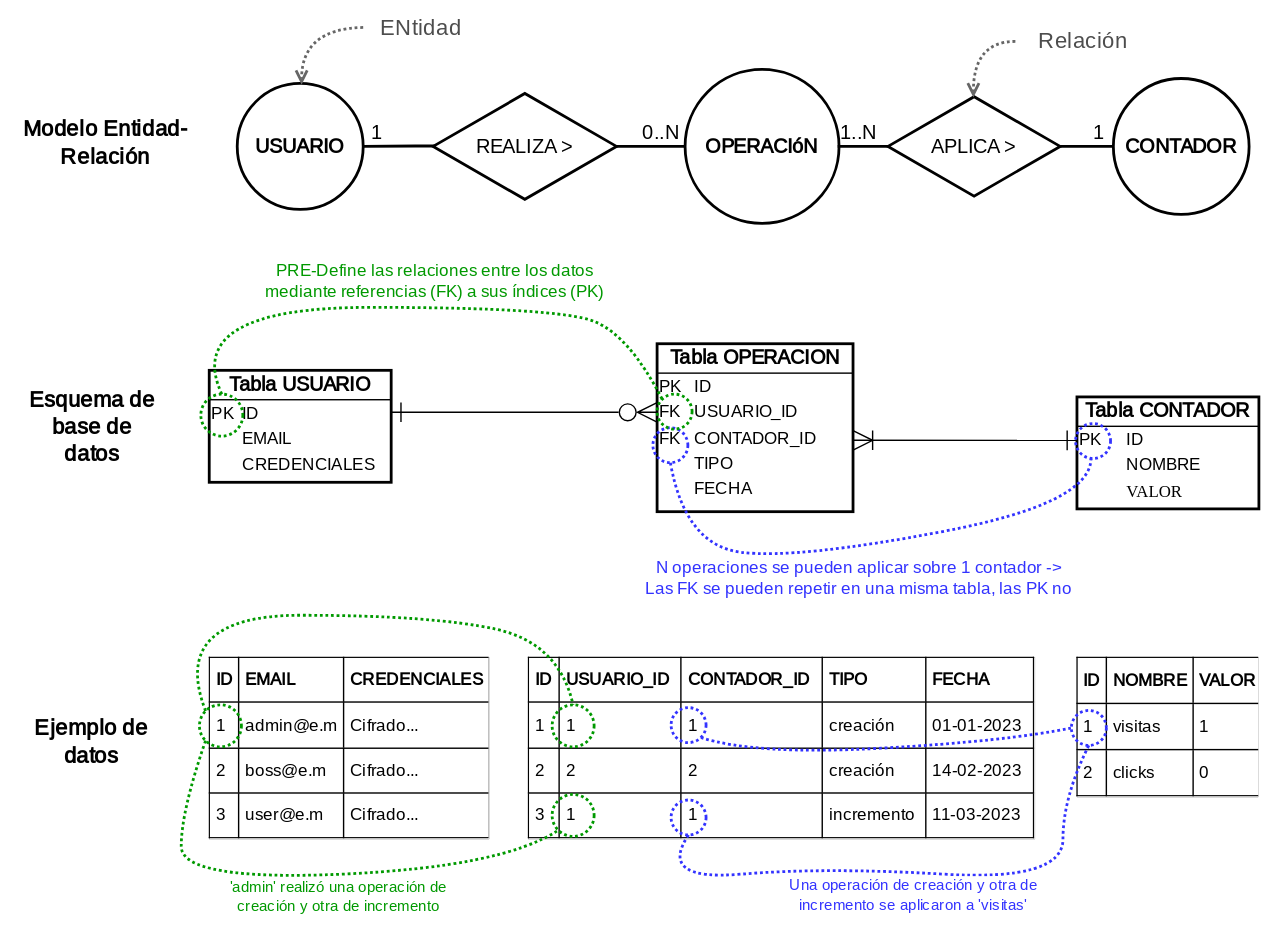
Above: src/tema8/persistencia/files/img/relational.db.drawio.svg in atilanof/web-ejercicios-pat (draw.io), before the change. Source tidied: cells renumbered, new cells last; positions are measured from the earlier drawing's top-left corner, leaving out a move shared by most shapes.
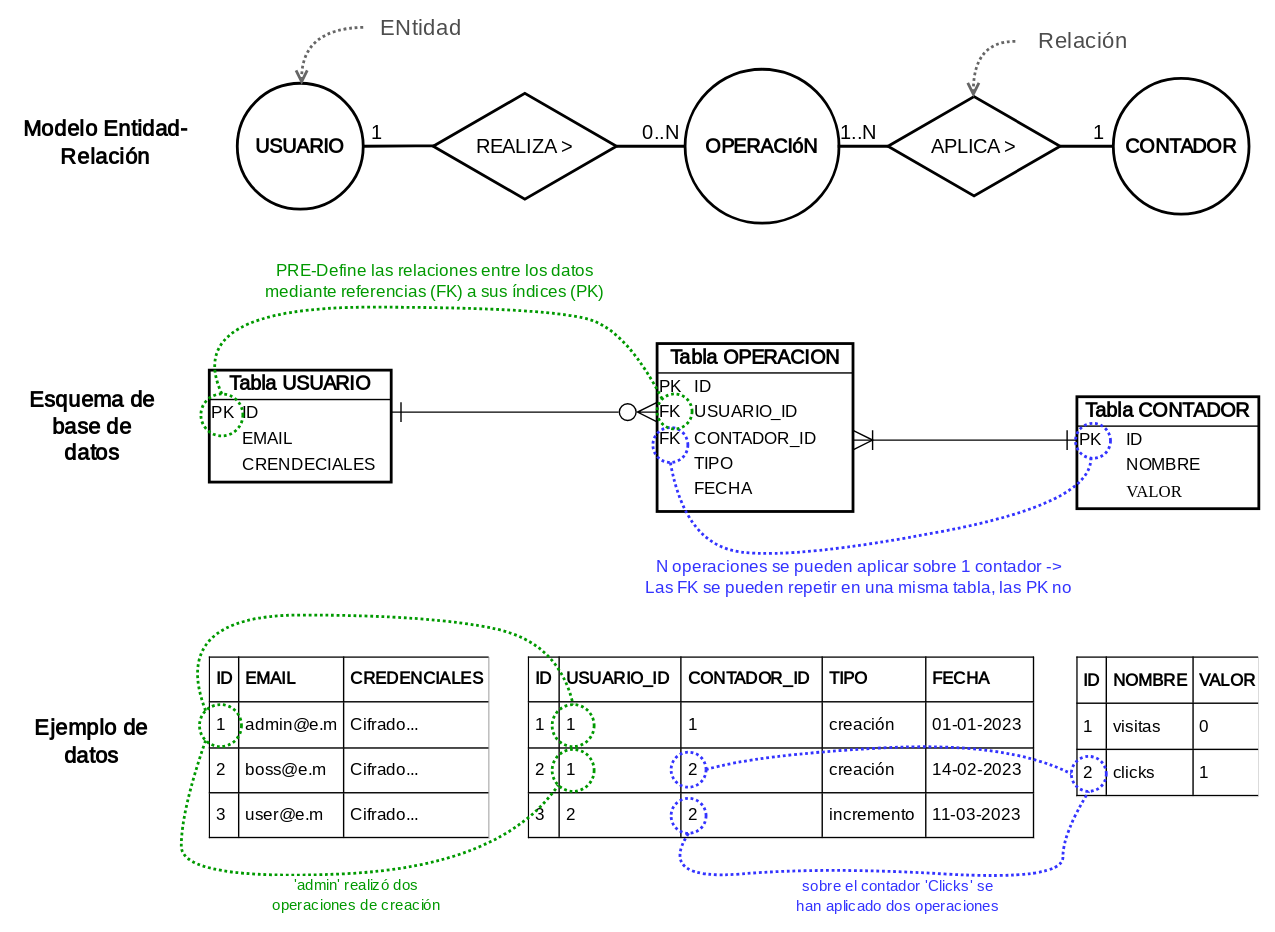
After the commit.

The edit, as a diff of the source:
```diff
@@ -101,26 +101,26 @@
     <mxCell id="27" style="group;" parent="1" vertex="1">
       <mxGeometry x="139" y="450" width="750" height="130" as="geometry" />
     </mxCell>
-    <mxCell id="28" value="&lt;table style=&quot;width: 100%; height: 100%; border-collapse: collapse; font-size: 12px;&quot; width=&quot;100%&quot; height=&quot;100%&quot; cellpadding=&quot;4&quot; border=&quot;1&quot;&gt;&lt;tbody&gt;&lt;tr style=&quot;border: 1px solid black&quot;&gt;&lt;th align=&quot;left&quot;&gt;&lt;font style=&quot;font-size: 12px;&quot;&gt;&lt;span style=&quot;&quot;&gt;ID&lt;/span&gt;&lt;/font&gt;&lt;/th&gt;&lt;th align=&quot;left&quot;&gt;&lt;font style=&quot;font-size: 12px;&quot;&gt;&lt;span style=&quot;background-color: rgb(255, 255, 255);&quot;&gt;NOMBRE&lt;/span&gt;&lt;/font&gt;&lt;/th&gt;&lt;th align=&quot;left&quot;&gt;&lt;font style=&quot;font-size: 12px;&quot;&gt;&lt;span style=&quot;background-color: rgb(255, 255, 255);&quot;&gt;VALOR&lt;/span&gt;&lt;/font&gt;&lt;/th&gt;&lt;/tr&gt;&lt;tr style=&quot;border: 1px solid black;&quot;&gt;&lt;td&gt;1&lt;br&gt;&lt;/td&gt;&lt;td&gt;visitas&lt;br&gt;&lt;/td&gt;&lt;td&gt;1&lt;br&gt;&lt;/td&gt;&lt;/tr&gt;&lt;tr style=&quot;border:1px solid black;&quot;&gt;&lt;td&gt;2&lt;/td&gt;&lt;td&gt;clicks&lt;br&gt;&lt;/td&gt;&lt;td&gt;0&lt;br&gt;&lt;/td&gt;&lt;/tr&gt;&lt;/tbody&gt;&lt;/table&gt;" style="text;html=1;strokeColor=#000000;fillColor=#ffffff;overflow=fill;rounded=0;labelBackgroundColor=none;fontFamily=Roboto Mono;fontSource=https%3A%2F%2Ffonts.googleapis.com%2Fcss%3Ffamily%3DRoboto%2BMono;fontSize=14;strokeWidth=0;" parent="27" vertex="1">
+    <mxCell id="28" value="&lt;table style=&quot;width: 100%; height: 100%; border-collapse: collapse; font-size: 12px;&quot; width=&quot;100%&quot; height=&quot;100%&quot; cellpadding=&quot;4&quot; border=&quot;1&quot;&gt;&lt;tbody&gt;&lt;tr style=&quot;border: 1px solid black&quot;&gt;&lt;th align=&quot;left&quot;&gt;&lt;font style=&quot;font-size: 12px;&quot;&gt;&lt;span style=&quot;&quot;&gt;ID&lt;/span&gt;&lt;/font&gt;&lt;/th&gt;&lt;th align=&quot;left&quot;&gt;&lt;font style=&quot;font-size: 12px;&quot;&gt;&lt;span style=&quot;background-color: rgb(255, 255, 255);&quot;&gt;NOMBRE&lt;/span&gt;&lt;/font&gt;&lt;/th&gt;&lt;th align=&quot;left&quot;&gt;&lt;font style=&quot;font-size: 12px;&quot;&gt;&lt;span style=&quot;background-color: rgb(255, 255, 255);&quot;&gt;VALOR&lt;/span&gt;&lt;/font&gt;&lt;/th&gt;&lt;/tr&gt;&lt;tr style=&quot;border: 1px solid black;&quot;&gt;&lt;td&gt;1&lt;br&gt;&lt;/td&gt;&lt;td&gt;visitas&lt;br&gt;&lt;/td&gt;&lt;td&gt;0&lt;br&gt;&lt;/td&gt;&lt;/tr&gt;&lt;tr style=&quot;border:1px solid black;&quot;&gt;&lt;td&gt;2&lt;/td&gt;&lt;td&gt;clicks&lt;br&gt;&lt;/td&gt;&lt;td&gt;1&lt;br&gt;&lt;/td&gt;&lt;/tr&gt;&lt;/tbody&gt;&lt;/table&gt;" style="text;html=1;strokeColor=#000000;fillColor=#ffffff;overflow=fill;rounded=0;labelBackgroundColor=none;fontFamily=Roboto Mono;fontSource=https%3A%2F%2Ffonts.googleapis.com%2Fcss%3Ffamily%3DRoboto%2BMono;fontSize=14;strokeWidth=0;" parent="27" vertex="1">
       <mxGeometry x="620" width="130" height="100" as="geometry" />
     </mxCell>
-    <mxCell id="29" value="&lt;table style=&quot;width: 100%; height: 100%; border-collapse: collapse; font-size: 12px;&quot; width=&quot;100%&quot; height=&quot;100%&quot; cellpadding=&quot;4&quot; border=&quot;1&quot;&gt;&lt;tbody&gt;&lt;tr style=&quot;border: 1px solid black&quot;&gt;&lt;th align=&quot;left&quot;&gt;&lt;font style=&quot;font-size: 12px;&quot;&gt;&lt;span style=&quot;&quot;&gt;ID&lt;/span&gt;&lt;/font&gt;&lt;/th&gt;&lt;th align=&quot;left&quot;&gt;&lt;font style=&quot;font-size: 12px;&quot;&gt;&lt;span style=&quot;background-color: rgb(255, 255, 255);&quot;&gt;USUARIO_ID&lt;/span&gt;&lt;/font&gt;&lt;/th&gt;&lt;th align=&quot;left&quot;&gt;&lt;font style=&quot;font-size: 12px;&quot;&gt;&lt;span style=&quot;background-color: rgb(255, 255, 255);&quot;&gt;CONTADOR_ID&lt;/span&gt;&lt;/font&gt;&lt;/th&gt;&lt;td&gt;&lt;b&gt;TIPO&lt;/b&gt;&lt;br&gt;&lt;/td&gt;&lt;td&gt;&lt;b&gt;FECHA&lt;/b&gt;&lt;br&gt;&lt;/td&gt;&lt;/tr&gt;&lt;tr style=&quot;border:1px solid black;&quot;&gt;&lt;td&gt;&lt;font style=&quot;font-size: 12px;&quot;&gt;&lt;span style=&quot;background-color: rgb(255, 255, 255);&quot;&gt;1&lt;/span&gt;&lt;/font&gt;&lt;/td&gt;&lt;td&gt;&lt;font style=&quot;font-size: 12px;&quot;&gt;&lt;span style=&quot;background-color: rgb(255, 255, 255);&quot;&gt;1&lt;/span&gt;&lt;/font&gt;&lt;/td&gt;&lt;td&gt;1&lt;br&gt;&lt;/td&gt;&lt;td&gt;creación&lt;br&gt;&lt;/td&gt;&lt;td&gt;01-01-2023&lt;br&gt;&lt;/td&gt;&lt;/tr&gt;&lt;tr style=&quot;border: 1px solid black;&quot;&gt;&lt;td&gt;&lt;font style=&quot;font-size: 12px;&quot;&gt;&lt;span style=&quot;background-color: rgb(255, 255, 255);&quot;&gt;2&lt;/span&gt;&lt;/font&gt;&lt;/td&gt;&lt;td&gt;2&lt;br&gt;&lt;/td&gt;&lt;td&gt;2&lt;br&gt;&lt;/td&gt;&lt;td&gt;creación&lt;br&gt;&lt;/td&gt;&lt;td&gt;14-02-2023&lt;/td&gt;&lt;/tr&gt;&lt;tr style=&quot;border:1px solid black;&quot;&gt;&lt;td&gt;3&lt;br&gt;&lt;/td&gt;&lt;td&gt;1&lt;br&gt;&lt;/td&gt;&lt;td&gt;1&lt;br&gt;&lt;/td&gt;&lt;td&gt;incremento&lt;br&gt;&lt;/td&gt;&lt;td&gt;11-03-2023&lt;/td&gt;&lt;/tr&gt;&lt;/tbody&gt;&lt;/table&gt;" style="text;html=1;strokeColor=#000000;fillColor=#ffffff;overflow=fill;rounded=0;labelBackgroundColor=none;fontFamily=Roboto Mono;fontSource=https%3A%2F%2Ffonts.googleapis.com%2Fcss%3Ffamily%3DRoboto%2BMono;fontSize=14;strokeWidth=0;" parent="27" vertex="1">
+    <mxCell id="29" value="&lt;table style=&quot;width: 100%; height: 100%; border-collapse: collapse; font-size: 12px;&quot; width=&quot;100%&quot; height=&quot;100%&quot; cellpadding=&quot;4&quot; border=&quot;1&quot;&gt;&lt;tbody&gt;&lt;tr style=&quot;border: 1px solid black&quot;&gt;&lt;th align=&quot;left&quot;&gt;&lt;font style=&quot;font-size: 12px;&quot;&gt;&lt;span style=&quot;&quot;&gt;ID&lt;/span&gt;&lt;/font&gt;&lt;/th&gt;&lt;th align=&quot;left&quot;&gt;&lt;font style=&quot;font-size: 12px;&quot;&gt;&lt;span style=&quot;background-color: rgb(255, 255, 255);&quot;&gt;USUARIO_ID&lt;/span&gt;&lt;/font&gt;&lt;/th&gt;&lt;th align=&quot;left&quot;&gt;&lt;font style=&quot;font-size: 12px;&quot;&gt;&lt;span style=&quot;background-color: rgb(255, 255, 255);&quot;&gt;CONTADOR_ID&lt;/span&gt;&lt;/font&gt;&lt;/th&gt;&lt;td&gt;&lt;b&gt;TIPO&lt;/b&gt;&lt;br&gt;&lt;/td&gt;&lt;td&gt;&lt;b&gt;FECHA&lt;/b&gt;&lt;br&gt;&lt;/td&gt;&lt;/tr&gt;&lt;tr style=&quot;border:1px solid black;&quot;&gt;&lt;td&gt;&lt;font style=&quot;font-size: 12px;&quot;&gt;&lt;span style=&quot;background-color: rgb(255, 255, 255);&quot;&gt;1&lt;/span&gt;&lt;/font&gt;&lt;/td&gt;&lt;td&gt;&lt;font style=&quot;font-size: 12px;&quot;&gt;&lt;span style=&quot;background-color: rgb(255, 255, 255);&quot;&gt;1&lt;/span&gt;&lt;/font&gt;&lt;/td&gt;&lt;td&gt;1&lt;br&gt;&lt;/td&gt;&lt;td&gt;creación&lt;br&gt;&lt;/td&gt;&lt;td&gt;01-01-2023&lt;br&gt;&lt;/td&gt;&lt;/tr&gt;&lt;tr style=&quot;border: 1px solid black;&quot;&gt;&lt;td&gt;&lt;font style=&quot;font-size: 12px;&quot;&gt;&lt;span style=&quot;background-color: rgb(255, 255, 255);&quot;&gt;2&lt;/span&gt;&lt;/font&gt;&lt;/td&gt;&lt;td&gt;1&lt;br&gt;&lt;/td&gt;&lt;td&gt;2&lt;br&gt;&lt;/td&gt;&lt;td&gt;creación&lt;br&gt;&lt;/td&gt;&lt;td&gt;14-02-2023&lt;/td&gt;&lt;/tr&gt;&lt;tr style=&quot;border:1px solid black;&quot;&gt;&lt;td&gt;3&lt;br&gt;&lt;/td&gt;&lt;td&gt;2&lt;br&gt;&lt;/td&gt;&lt;td&gt;2&lt;br&gt;&lt;/td&gt;&lt;td&gt;incremento&lt;br&gt;&lt;/td&gt;&lt;td&gt;11-03-2023&lt;/td&gt;&lt;/tr&gt;&lt;/tbody&gt;&lt;/table&gt;" style="text;html=1;strokeColor=#000000;fillColor=#ffffff;overflow=fill;rounded=0;labelBackgroundColor=none;fontFamily=Roboto Mono;fontSource=https%3A%2F%2Ffonts.googleapis.com%2Fcss%3Ffamily%3DRoboto%2BMono;fontSize=14;strokeWidth=0;" parent="27" vertex="1">
       <mxGeometry x="228.2" width="361.8" height="130" as="geometry" />
     </mxCell>
     <mxCell id="30" value="&lt;table style=&quot;width: 100%; height: 100%; border-collapse: collapse; font-size: 12px;&quot; width=&quot;100%&quot; height=&quot;100%&quot; cellpadding=&quot;4&quot; border=&quot;1&quot;&gt;&lt;tbody&gt;&lt;tr style=&quot;border: 1px solid black&quot;&gt;&lt;th align=&quot;left&quot;&gt;&lt;font style=&quot;font-size: 12px;&quot;&gt;&lt;span style=&quot;&quot;&gt;ID&lt;/span&gt;&lt;/font&gt;&lt;/th&gt;&lt;th align=&quot;left&quot;&gt;&lt;font style=&quot;font-size: 12px;&quot;&gt;&lt;span style=&quot;background-color: rgb(255, 255, 255);&quot;&gt;EMAIL&lt;/span&gt;&lt;/font&gt;&lt;/th&gt;&lt;th align=&quot;left&quot;&gt;&lt;font style=&quot;font-size: 12px;&quot;&gt;&lt;span style=&quot;background-color: rgb(255, 255, 255);&quot;&gt;CREDENCIALES&lt;/span&gt;&lt;/font&gt;&lt;/th&gt;&lt;/tr&gt;&lt;tr style=&quot;border:1px solid black;&quot;&gt;&lt;td&gt;&lt;font style=&quot;font-size: 12px;&quot;&gt;&lt;span style=&quot;background-color: rgb(255, 255, 255);&quot;&gt;1&lt;/span&gt;&lt;/font&gt;&lt;/td&gt;&lt;td&gt;&lt;font style=&quot;font-size: 12px;&quot;&gt;admin@e.m&lt;/font&gt;&lt;/td&gt;&lt;td&gt;Cifrado...&lt;br&gt;&lt;/td&gt;&lt;/tr&gt;&lt;tr style=&quot;border: 1px solid black;&quot;&gt;&lt;td&gt;&lt;font style=&quot;font-size: 12px;&quot;&gt;&lt;span style=&quot;background-color: rgb(255, 255, 255);&quot;&gt;2&lt;/span&gt;&lt;/font&gt;&lt;/td&gt;&lt;td&gt;&lt;font style=&quot;font-size: 12px;&quot;&gt;boss@e.m&lt;/font&gt;&lt;/td&gt;&lt;td&gt;Cifrado...&lt;/td&gt;&lt;/tr&gt;&lt;tr style=&quot;border:1px solid black;&quot;&gt;&lt;td&gt;3&lt;br&gt;&lt;/td&gt;&lt;td&gt;user&lt;font style=&quot;font-size: 12px;&quot;&gt;@e.m&lt;/font&gt;&lt;/td&gt;&lt;td&gt;Cifrado...&lt;/td&gt;&lt;/tr&gt;&lt;/tbody&gt;&lt;/table&gt;" style="text;html=1;strokeColor=#000000;fillColor=#ffffff;overflow=fill;rounded=0;labelBackgroundColor=none;fontFamily=Roboto Mono;fontSource=https%3A%2F%2Ffonts.googleapis.com%2Fcss%3Ffamily%3DRoboto%2BMono;fontSize=14;strokeWidth=0;" parent="27" vertex="1">
       <mxGeometry width="200" height="130" as="geometry" />
     </mxCell>
     <mxCell id="31" style="ellipse;whiteSpace=wrap;html=1;labelBackgroundColor=#FFFFFF;fontFamily=Delius Unicase;fontSource=https%3A%2F%2Ffonts.googleapis.com%2Fcss%3Ffamily%3DDelius%2BUnicase;fontSize=16;fontColor=#4D4D4D;strokeColor=#009900;strokeWidth=2;fillColor=none;dashed=1;dashPattern=1 1;" parent="27" vertex="1">
-      <mxGeometry x="245" y="98" width="30" height="30" as="geometry" />
+      <mxGeometry x="245" y="66" width="30" height="30" as="geometry" />
     </mxCell>
     <mxCell id="32" style="ellipse;whiteSpace=wrap;html=1;labelBackgroundColor=#FFFFFF;fontFamily=Delius Unicase;fontSource=https%3A%2F%2Ffonts.googleapis.com%2Fcss%3Ffamily%3DDelius%2BUnicase;fontSize=16;fontColor=#4D4D4D;strokeColor=#3333FF;strokeWidth=2;fillColor=none;dashed=1;dashPattern=1 1;" parent="27" vertex="1">
-      <mxGeometry x="330" y="36" width="25" height="25" as="geometry" />
+      <mxGeometry x="330" y="68" width="25" height="25" as="geometry" />
     </mxCell>
     <mxCell id="33" style="ellipse;whiteSpace=wrap;html=1;labelBackgroundColor=#FFFFFF;fontFamily=Delius Unicase;fontSource=https%3A%2F%2Ffonts.googleapis.com%2Fcss%3Ffamily%3DDelius%2BUnicase;fontSize=16;fontColor=#4D4D4D;strokeColor=#3333FF;strokeWidth=2;fillColor=none;dashed=1;dashPattern=1 1;" parent="27" vertex="1">
-      <mxGeometry x="330" y="102" width="25" height="25" as="geometry" />
+      <mxGeometry x="330" y="101" width="25" height="25" as="geometry" />
     </mxCell>
     <mxCell id="34" style="ellipse;whiteSpace=wrap;html=1;labelBackgroundColor=#FFFFFF;fontFamily=Delius Unicase;fontSource=https%3A%2F%2Ffonts.googleapis.com%2Fcss%3Ffamily%3DDelius%2BUnicase;fontSize=16;fontColor=#4D4D4D;strokeColor=#3333FF;strokeWidth=2;fillColor=none;dashed=1;dashPattern=1 1;" parent="27" vertex="1">
-      <mxGeometry x="616" y="38" width="25" height="25" as="geometry" />
+      <mxGeometry x="616" y="71" width="25" height="25" as="geometry" />
     </mxCell>
     <mxCell id="35" style="endArrow=none;dashed=1;html=1;dashPattern=1 1;fontFamily=Delius Unicase;fontSource=https%3A%2F%2Ffonts.googleapis.com%2Fcss%3Ffamily%3DDelius%2BUnicase;fontSize=16;fontColor=#4D4D4D;startSize=12;endSize=6;strokeColor=#3333FF;strokeWidth=2;curved=1;exitX=0.5;exitY=1;exitDx=0;exitDy=0;entryX=0.5;entryY=1;entryDx=0;entryDy=0;" parent="27" edge="1" source="33" target="34">
       <mxGeometry relative="1" as="geometry">
@@ -128,16 +128,16 @@
           <mxPoint x="320" y="160" />
           <mxPoint x="440" y="150" />
           <mxPoint x="610" y="160" />
-          <mxPoint x="610" y="100" />
+          <mxPoint x="610" y="126" />
         </Array>
       </mxGeometry>
     </mxCell>
-    <mxCell id="36" value="&lt;div&gt;&lt;font face=&quot;Delius Unicase&quot; color=&quot;#3333ff&quot;&gt;Una operación de creación y otra de &lt;br&gt;&lt;/font&gt;&lt;/div&gt;&lt;div&gt;&lt;font face=&quot;Delius Unicase&quot; color=&quot;#3333ff&quot;&gt;incremento se aplicaron a 'visitas'&lt;/font&gt;&lt;/div&gt;" style="edgeLabel;html=1;align=center;verticalAlign=middle;" parent="35" vertex="1">
+    <mxCell id="36" value="&lt;div&gt;&lt;font face=&quot;Delius Unicase&quot; color=&quot;#3333ff&quot;&gt;sobre el contador 'Clicks' se&lt;/font&gt;&lt;/div&gt;&lt;div&gt;&lt;font face=&quot;Delius Unicase&quot; color=&quot;#3333ff&quot;&gt;han aplicado dos operaciones&lt;br&gt;&lt;/font&gt;&lt;/div&gt;" style="edgeLabel;html=1;align=center;verticalAlign=middle;" parent="35" vertex="1">
       <mxGeometry x="-0.34" relative="1" as="geometry">
         <mxPoint x="81" y="18" as="offset" />
       </mxGeometry>
     </mxCell>
-    <mxCell id="37" style="endArrow=none;dashed=1;html=1;dashPattern=1 1;fontFamily=Delius Unicase;fontSource=https%3A%2F%2Ffonts.googleapis.com%2Fcss%3Ffamily%3DDelius%2BUnicase;fontSize=16;fontColor=#4D4D4D;startSize=12;endSize=6;strokeColor=#3333FF;strokeWidth=2;curved=1;exitX=1;exitY=1;exitDx=0;exitDy=0;entryX=0;entryY=0.5;entryDx=0;entryDy=0;" parent="27" edge="1" source="32" target="34">
+    <mxCell id="37" style="endArrow=none;dashed=1;html=1;dashPattern=1 1;fontFamily=Delius Unicase;fontSource=https%3A%2F%2Ffonts.googleapis.com%2Fcss%3Ffamily%3DDelius%2BUnicase;fontSize=16;fontColor=#4D4D4D;startSize=12;endSize=6;strokeColor=#3333FF;strokeWidth=2;curved=1;entryX=0;entryY=0.5;entryDx=0;entryDy=0;exitX=1;exitY=0.5;exitDx=0;exitDy=0;" parent="27" edge="1" source="32" target="34">
       <mxGeometry relative="1" as="geometry">
         <Array as="points">
           <mxPoint x="390" y="70" />
@@ -224,7 +224,7 @@
         </Array>
       </mxGeometry>
     </mxCell>
-    <mxCell id="52" value="&lt;div&gt;&lt;font face=&quot;Delius Unicase&quot; color=&quot;#009900&quot;&gt;'admin' realizó una operación de &lt;br&gt;&lt;/font&gt;&lt;/div&gt;&lt;div&gt;&lt;font face=&quot;Delius Unicase&quot; color=&quot;#009900&quot;&gt;creación y otra de incremento&lt;/font&gt;&lt;/div&gt;" style="edgeLabel;html=1;align=center;verticalAlign=middle;" parent="51" vertex="1">
+    <mxCell id="52" value="&lt;div&gt;&lt;font face=&quot;Delius Unicase&quot; color=&quot;#009900&quot;&gt;'admin' realizó dos &lt;br&gt;&lt;/font&gt;&lt;/div&gt;&lt;div&gt;&lt;font face=&quot;Delius Unicase&quot; color=&quot;#009900&quot;&gt;operaciones de creación&lt;br&gt;&lt;/font&gt;&lt;/div&gt;" style="edgeLabel;html=1;align=center;verticalAlign=middle;" parent="51" vertex="1">
       <mxGeometry x="0.13" y="-1" relative="1" as="geometry">
         <mxPoint y="14" as="offset" />
       </mxGeometry>
```
